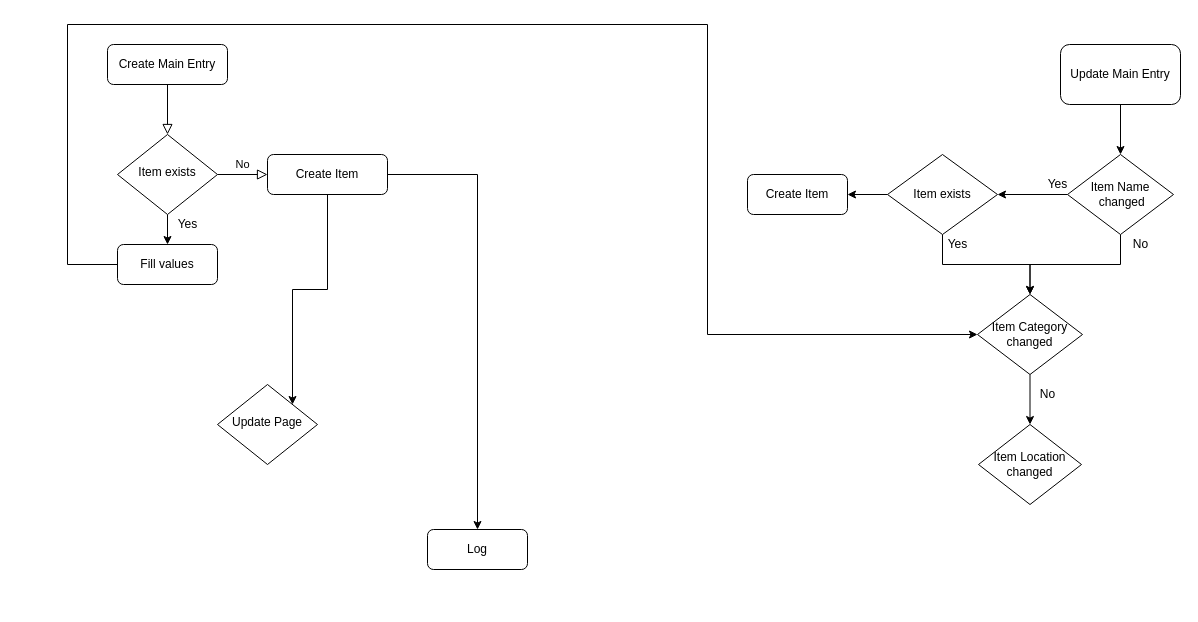
Before: Untitled Diagram.drawio in Terrorknubbel/Inventur, a draw.io diagram. Source tidied: cells renumbered, new cells numbered last; positions are measured from the earlier drawing's top-left corner, leaving out a move shared by most shapes. Both pictures are drawn from the tidied source at 100%, with x=0, y=0 at pixel (67, 24).
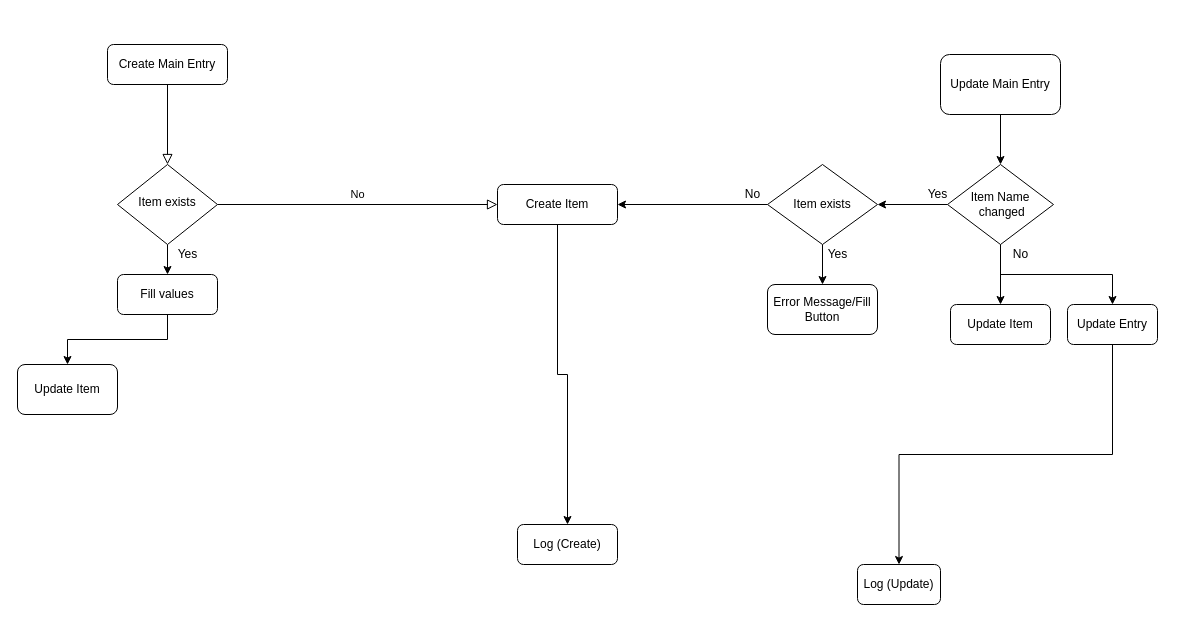
The same diagram, later.

What changed in the source:
```diff
@@
     <mxCell id="6" value="Item exists" style="rhombus;whiteSpace=wrap;html=1;shadow=0;fontFamily=Helvetica;fontSize=12;align=center;strokeWidth=1;spacing=6;spacingTop=-4;" parent="1" vertex="1">
-      <mxGeometry x="50" y="110" width="100" height="80" as="geometry" />
+      <mxGeometry x="50" y="140" width="100" height="80" as="geometry" />
     </mxCell>
-    <mxCell id="7" style="edgeStyle=orthogonalEdgeStyle;rounded=0;jettySize=auto;html=1;exitX=0.5;exitY=1;exitDx=0;exitDy=0;entryX=1;entryY=0;entryDx=0;entryDy=0;" parent="1" edge="1" source="9" target="10">
-      <mxGeometry relative="1" as="geometry" />
-    </mxCell>
-    <mxCell id="8" style="edgeStyle=orthogonalEdgeStyle;rounded=0;jettySize=auto;html=1;exitX=1;exitY=0.5;exitDx=0;exitDy=0;entryX=0.5;entryY=0;entryDx=0;entryDy=0;" parent="1" edge="1" source="9" target="11">
+    <mxCell id="8" style="edgeStyle=orthogonalEdgeStyle;rounded=0;jettySize=auto;html=1;exitX=0.5;exitY=1;exitDx=0;exitDy=0;entryX=0.5;entryY=0;entryDx=0;entryDy=0;" parent="1" edge="1" source="9" target="11">
       <mxGeometry relative="1" as="geometry" />
     </mxCell>
     <mxCell id="9" value="Create Item" style="rounded=1;whiteSpace=wrap;html=1;fontSize=12;glass=0;strokeWidth=1;shadow=0;" parent="1" vertex="1">
-      <mxGeometry x="200" y="130" width="120" height="40" as="geometry" />
+      <mxGeometry x="430" y="160" width="120" height="40" as="geometry" />
     </mxCell>
-    <mxCell id="10" value="Update Page" style="rhombus;whiteSpace=wrap;html=1;shadow=0;fontFamily=Helvetica;fontSize=12;align=center;strokeWidth=1;spacing=6;spacingTop=-4;" parent="1" vertex="1">
-      <mxGeometry x="150" y="360" width="100" height="80" as="geometry" />
-    </mxCell>
-    <mxCell id="11" value="Log" style="rounded=1;whiteSpace=wrap;html=1;" parent="1" vertex="1">
-      <mxGeometry x="360" y="505" width="100" height="40" as="geometry" />
+    <mxCell id="11" value="Log (Create)" style="rounded=1;whiteSpace=wrap;html=1;" parent="1" vertex="1">
+      <mxGeometry x="450" y="500" width="100" height="40" as="geometry" />
     </mxCell>
@@
     <mxCell id="13" value="Update Main Entry" style="rounded=1;whiteSpace=wrap;html=1;" parent="1" vertex="1">
-      <mxGeometry x="993" y="20" width="120" height="60" as="geometry" />
+      <mxGeometry x="873" y="30" width="120" height="60" as="geometry" />
     </mxCell>
-    <mxCell id="14" style="edgeStyle=orthogonalEdgeStyle;rounded=0;jettySize=auto;html=1;exitX=0.5;exitY=1;exitDx=0;exitDy=0;entryX=0.5;entryY=0;entryDx=0;entryDy=0;" parent="1" edge="1" source="16" target="20">
-      <mxGeometry relative="1" as="geometry" />
-    </mxCell>
@@
+    <mxCell id="31" style="edgeStyle=orthogonalEdgeStyle;rounded=0;jettySize=auto;html=1;exitX=0.5;exitY=1;exitDx=0;exitDy=0;entryX=0.5;entryY=0;entryDx=0;entryDy=0;" parent="1" edge="1" source="16" target="38">
+      <mxGeometry relative="1" as="geometry" />
+    </mxCell>
+    <mxCell id="32" style="edgeStyle=orthogonalEdgeStyle;rounded=0;jettySize=auto;html=1;exitX=0.5;exitY=1;exitDx=0;exitDy=0;entryX=0.5;entryY=0;entryDx=0;entryDy=0;" parent="1" edge="1" source="16" target="40">
+      <mxGeometry relative="1" as="geometry" />
+    </mxCell>
     <mxCell id="16" value="Item Name&lt;br&gt;&amp;nbsp;changed" style="rhombus;whiteSpace=wrap;html=1;" parent="1" vertex="1">
-      <mxGeometry x="1000" y="130" width="106" height="80" as="geometry" />
+      <mxGeometry x="880" y="140" width="106" height="80" as="geometry" />
     </mxCell>
     <mxCell id="17" value="Yes&lt;br&gt;" style="text;html=1;align=center;verticalAlign=middle;" parent="1" vertex="1">
-      <mxGeometry x="100" y="190" width="40" height="20" as="geometry" />
+      <mxGeometry x="100" y="220" width="40" height="20" as="geometry" />
     </mxCell>
     <mxCell id="18" value="Yes&lt;br&gt;" style="text;html=1;align=center;verticalAlign=middle;" parent="1" vertex="1">
-      <mxGeometry x="970" y="150" width="40" height="20" as="geometry" />
+      <mxGeometry x="850" y="160" width="40" height="20" as="geometry" />
     </mxCell>
-    <mxCell id="19" style="edgeStyle=orthogonalEdgeStyle;rounded=0;jettySize=auto;html=1;exitX=0.5;exitY=1;exitDx=0;exitDy=0;" parent="1" edge="1" source="20" target="29">
-      <mxGeometry relative="1" as="geometry" />
-    </mxCell>
-    <mxCell id="20" value="Item Category changed" style="rhombus;whiteSpace=wrap;html=1;" parent="1" vertex="1">
-      <mxGeometry x="910" y="270" width="105" height="80" as="geometry" />
-    </mxCell>
     <mxCell id="21" value="No&lt;br&gt;" style="text;html=1;align=center;verticalAlign=middle;" parent="1" vertex="1">
-      <mxGeometry x="1058" y="210" width="30" height="20" as="geometry" />
+      <mxGeometry x="938" y="220" width="30" height="20" as="geometry" />
     </mxCell>
-    <mxCell id="22" style="edgeStyle=orthogonalEdgeStyle;rounded=0;jettySize=auto;html=1;exitX=0.5;exitY=1;exitDx=0;exitDy=0;entryX=0.5;entryY=0;entryDx=0;entryDy=0;" parent="1" edge="1" source="24" target="20">
-      <mxGeometry relative="1" as="geometry" />
-    </mxCell>
-    <mxCell id="23" style="edgeStyle=orthogonalEdgeStyle;rounded=0;jettySize=auto;html=1;exitX=0;exitY=0.5;exitDx=0;exitDy=0;entryX=1;entryY=0.5;entryDx=0;entryDy=0;" parent="1" edge="1" source="24" target="26">
-      <mxGeometry relative="1" as="geometry" />
-    </mxCell>
+    <mxCell id="33" style="edgeStyle=orthogonalEdgeStyle;rounded=0;jettySize=auto;html=1;exitX=0.5;exitY=1;exitDx=0;exitDy=0;entryX=0.5;entryY=0;entryDx=0;entryDy=0;" parent="1" edge="1" source="24" target="37">
+      <mxGeometry relative="1" as="geometry" />
+    </mxCell>
+    <mxCell id="34" style="edgeStyle=orthogonalEdgeStyle;rounded=0;jettySize=auto;html=1;exitX=0;exitY=0.5;exitDx=0;exitDy=0;entryX=1;entryY=0.5;entryDx=0;entryDy=0;" parent="1" edge="1" source="24" target="9">
+      <mxGeometry relative="1" as="geometry" />
+    </mxCell>
     <mxCell id="24" value="Item exists" style="rhombus;whiteSpace=wrap;html=1;" parent="1" vertex="1">
-      <mxGeometry x="820" y="130" width="110" height="80" as="geometry" />
+      <mxGeometry x="700" y="140" width="110" height="80" as="geometry" />
     </mxCell>
     <mxCell id="25" value="Yes" style="text;html=1;align=center;verticalAlign=middle;" parent="1" vertex="1">
-      <mxGeometry x="870" y="210" width="40" height="20" as="geometry" />
+      <mxGeometry x="750" y="220" width="40" height="20" as="geometry" />
     </mxCell>
-    <mxCell id="26" value="Create Item" style="rounded=1;whiteSpace=wrap;html=1;" parent="1" vertex="1">
-      <mxGeometry x="680" y="150" width="100" height="40" as="geometry" />
-    </mxCell>
-    <mxCell id="27" style="edgeStyle=orthogonalEdgeStyle;rounded=0;jettySize=auto;html=1;exitX=0;exitY=0.5;exitDx=0;exitDy=0;entryX=0;entryY=0.5;entryDx=0;entryDy=0;" parent="1" edge="1" source="28" target="20">
-      <mxGeometry relative="1" as="geometry">
-        <Array as="points">
-          <mxPoint y="240" />
-          <mxPoint />
-          <mxPoint x="640" />
-          <mxPoint x="640" y="310" />
-        </Array>
-      </mxGeometry>
-    </mxCell>
+    <mxCell id="35" style="edgeStyle=orthogonalEdgeStyle;rounded=0;jettySize=auto;html=1;exitX=0.5;exitY=1;exitDx=0;exitDy=0;" parent="1" edge="1" source="28" target="36">
+      <mxGeometry relative="1" as="geometry" />
+    </mxCell>
     <mxCell id="28" value="Fill values" style="rounded=1;whiteSpace=wrap;html=1;" parent="1" vertex="1">
-      <mxGeometry x="50" y="220" width="100" height="40" as="geometry" />
+      <mxGeometry x="50" y="250" width="100" height="40" as="geometry" />
     </mxCell>
-    <mxCell id="29" value="Item Location changed" style="rhombus;whiteSpace=wrap;html=1;" parent="1" vertex="1">
-      <mxGeometry x="911" y="400" width="103" height="80" as="geometry" />
-    </mxCell>
+    <mxCell id="36" value="Update Item" style="rounded=1;whiteSpace=wrap;html=1;" parent="1" vertex="1">
+      <mxGeometry x="-50" y="340" width="100" height="50" as="geometry" />
+    </mxCell>
+    <mxCell id="37" value="Error Message/Fill Button" style="rounded=1;whiteSpace=wrap;html=1;" parent="1" vertex="1">
+      <mxGeometry x="700" y="260" width="110" height="50" as="geometry" />
+    </mxCell>
+    <mxCell id="38" value="Update Item" style="rounded=1;whiteSpace=wrap;html=1;" parent="1" vertex="1">
+      <mxGeometry x="883" y="280" width="100" height="40" as="geometry" />
+    </mxCell>
+    <mxCell id="39" style="edgeStyle=orthogonalEdgeStyle;rounded=0;jettySize=auto;html=1;exitX=0.5;exitY=1;exitDx=0;exitDy=0;" parent="1" edge="1" source="40" target="41">
+      <mxGeometry relative="1" as="geometry" />
+    </mxCell>
+    <mxCell id="40" value="Update Entry" style="rounded=1;whiteSpace=wrap;html=1;" parent="1" vertex="1">
+      <mxGeometry x="1000" y="280" width="90" height="40" as="geometry" />
+    </mxCell>
     <mxCell id="30" value="No" style="text;html=1;align=center;verticalAlign=middle;" parent="1" vertex="1">
-      <mxGeometry x="965" y="360" width="30" height="20" as="geometry" />
+      <mxGeometry x="670" y="160" width="30" height="20" as="geometry" />
     </mxCell>
+    <mxCell id="41" value="Log (Update)" style="rounded=1;whiteSpace=wrap;html=1;" parent="1" vertex="1">
+      <mxGeometry x="790" y="540" width="83" height="40" as="geometry" />
+    </mxCell>
```
